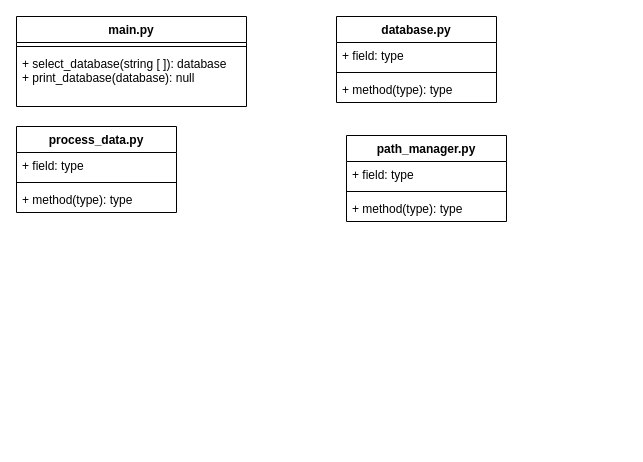
Before: design_doc/Project 2 UML Diagram.drawio in Geo3ngel/CSCI-447-Project-2, a draw.io diagram. Source tidied: cells renumbered, new cells numbered last; positions are measured from the earlier drawing's top-left corner, leaving out a move shared by most shapes. Both pictures are drawn from the tidied source at 100%, with x=0, y=0 at pixel (16, 16).
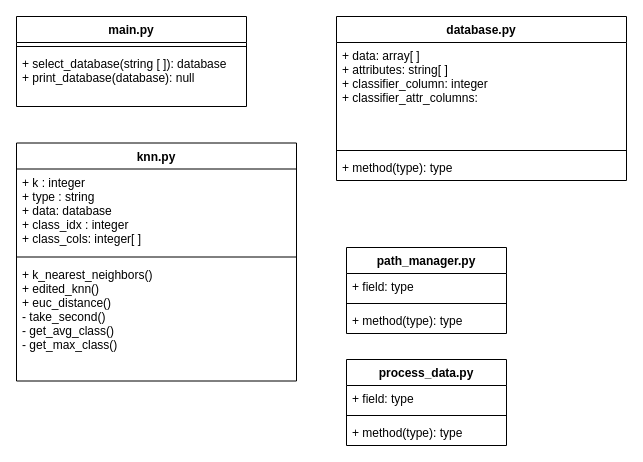
After the change.

Commit message:
Made some additions to uml diagram

The edit, as a diff of the source:
```diff
@@
     <mxCell id="5" value="database.py" style="swimlane;fontStyle=1;align=center;verticalAlign=top;horizontal=1;startSize=26;" parent="1" vertex="1">
-      <mxGeometry x="320" width="160" height="86" as="geometry" />
+      <mxGeometry x="320" width="290" height="164" as="geometry" />
     </mxCell>
-    <mxCell id="6" value="+ field: type" style="text;strokeColor=none;fillColor=none;align=left;verticalAlign=top;spacingLeft=4;spacingRight=4;overflow=hidden;" parent="5" vertex="1">
-      <mxGeometry y="26" width="160" height="26" as="geometry" />
+    <mxCell id="6" value="+ data: array[ ]&#10;+ attributes: string[ ]&#10;+ classifier_column: integer&#10;+ classifier_attr_columns: " style="text;strokeColor=none;fillColor=none;align=left;verticalAlign=top;spacingLeft=4;spacingRight=4;overflow=hidden;" parent="5" vertex="1">
+      <mxGeometry y="26" width="290" height="104" as="geometry" />
     </mxCell>
     <mxCell id="7" style="line;strokeWidth=1;fillColor=none;align=left;verticalAlign=middle;spacingTop=-1;spacingLeft=3;spacingRight=3;labelPosition=right;" parent="5" vertex="1">
-      <mxGeometry y="52" width="160" height="8" as="geometry" />
+      <mxGeometry y="130" width="290" height="8" as="geometry" />
     </mxCell>
     <mxCell id="8" value="+ method(type): type" style="text;strokeColor=none;fillColor=none;align=left;verticalAlign=top;spacingLeft=4;spacingRight=4;overflow=hidden;" parent="5" vertex="1">
-      <mxGeometry y="60" width="160" height="26" as="geometry" />
+      <mxGeometry y="138" width="290" height="26" as="geometry" />
     </mxCell>
     <mxCell id="9" value="process_data.py" style="swimlane;fontStyle=1;align=center;verticalAlign=top;horizontal=1;startSize=26;" parent="1" vertex="1">
-      <mxGeometry y="110" width="160" height="86" as="geometry" />
+      <mxGeometry x="330" y="343" width="160" height="86" as="geometry" />
     </mxCell>
@@
     <mxCell id="13" value="path_manager.py" style="swimlane;fontStyle=1;align=center;verticalAlign=top;horizontal=1;startSize=26;" parent="1" vertex="1">
-      <mxGeometry x="330" y="119" width="160" height="86" as="geometry" />
+      <mxGeometry x="330" y="231" width="160" height="86" as="geometry" />
     </mxCell>
@@
+    <mxCell id="17" value="knn.py" style="swimlane;fontStyle=1;align=center;verticalAlign=top;horizontal=1;startSize=26;" parent="1" vertex="1">
+      <mxGeometry y="126.5" width="280" height="238" as="geometry" />
+    </mxCell>
+    <mxCell id="18" value="+ k : integer&#10;+ type : string&#10;+ data: database&#10;+ class_idx : integer&#10;+ class_cols: integer[ ]&#10;&#10;" style="text;strokeColor=none;fillColor=none;align=left;verticalAlign=top;spacingLeft=4;spacingRight=4;overflow=hidden;" parent="17" vertex="1">
+      <mxGeometry y="26" width="280" height="84" as="geometry" />
+    </mxCell>
+    <mxCell id="19" style="line;strokeWidth=1;fillColor=none;align=left;verticalAlign=middle;spacingTop=-1;spacingLeft=3;spacingRight=3;labelPosition=right;" parent="17" vertex="1">
+      <mxGeometry y="110" width="280" height="8" as="geometry" />
+    </mxCell>
+    <mxCell id="20" value="+ k_nearest_neighbors()&#10;+ edited_knn()&#10;+ euc_distance()&#10;- take_second()&#10;- get_avg_class()&#10;- get_max_class()&#10;" style="text;strokeColor=none;fillColor=none;align=left;verticalAlign=top;spacingLeft=4;spacingRight=4;overflow=hidden;" parent="17" vertex="1">
+      <mxGeometry y="118" width="280" height="120" as="geometry" />
+    </mxCell>
```
